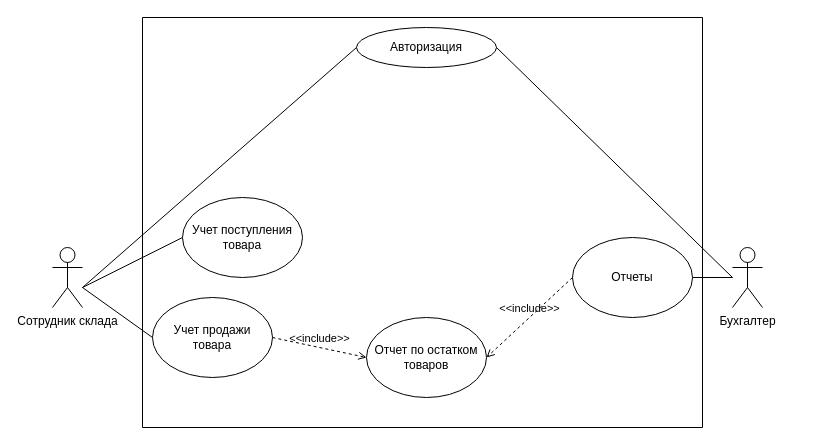
Above: КононовUSE_CASE.drawio in 714kononov/Exam (draw.io), before the change. Source tidied: cells renumbered, new cells numbered last; positions are measured from the earlier drawing's top-left corner, leaving out a move shared by most shapes. Both pictures are drawn from the tidied source at 100%, with x=0, y=0 at pixel (52, 17).
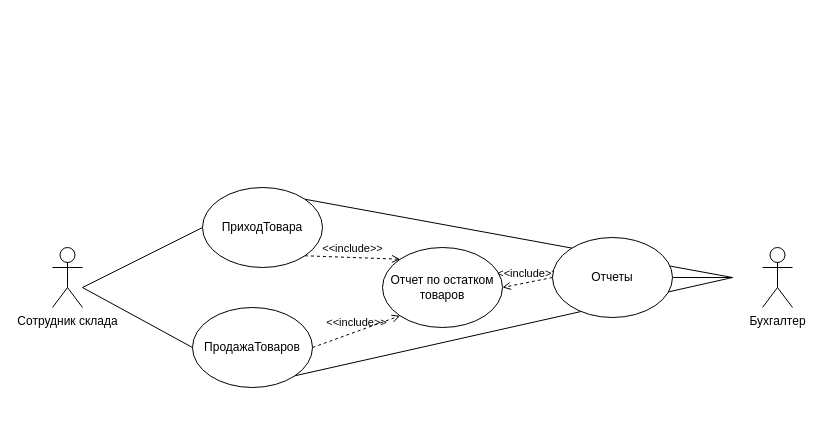
Above is the later version.

Commit message:
Готовая диаграмма

Diff of the diagram source:
```diff
@@
+    <mxCell id="17" style="endArrow=none;html=1;rounded=0;exitX=1;exitY=0;exitDx=0;exitDy=0;" parent="1" edge="1" source="18">
+      <mxGeometry relative="1" as="geometry">
+        <mxPoint x="680" y="260" as="targetPoint" />
+      </mxGeometry>
+    </mxCell>
@@
     <mxCell id="3" value="Бухгалтер" style="shape=umlActor;verticalLabelPosition=bottom;verticalAlign=top;html=1;" parent="1" vertex="1">
-      <mxGeometry x="680" y="230" width="30" height="60" as="geometry" />
+      <mxGeometry x="710" y="230" width="30" height="60" as="geometry" />
     </mxCell>
-    <mxCell id="4" value="Учет продажи товара" style="ellipse;whiteSpace=wrap;html=1;" parent="1" vertex="1">
-      <mxGeometry x="100" y="280" width="120" height="80" as="geometry" />
+    <mxCell id="4" value="ПродажаТоваров" style="ellipse;whiteSpace=wrap;html=1;" parent="1" vertex="1">
+      <mxGeometry x="140" y="290" width="120" height="80" as="geometry" />
     </mxCell>
-    <mxCell id="5" value="Авторизация" style="ellipse;whiteSpace=wrap;html=1;" parent="1" vertex="1">
-      <mxGeometry x="304" y="10" width="140" height="40" as="geometry" />
-    </mxCell>
-    <mxCell id="6" style="endArrow=none;html=1;rounded=0;entryX=0;entryY=0.5;entryDx=0;entryDy=0;" parent="1" edge="1" target="16">
+    <mxCell id="6" style="endArrow=none;html=1;rounded=0;entryX=0;entryY=0.5;entryDx=0;entryDy=0;" parent="1" edge="1">
       <mxGeometry relative="1" as="geometry">
         <mxPoint x="30" y="270" as="sourcePoint" />
+        <mxPoint x="150" y="210" as="targetPoint" />
       </mxGeometry>
     </mxCell>
@@
-    <mxCell id="8" value="Отчеты" style="ellipse;whiteSpace=wrap;html=1;" parent="1" vertex="1">
-      <mxGeometry x="520" y="220" width="120" height="80" as="geometry" />
-    </mxCell>
     <mxCell id="9" value="Отчет по остатком товаров" style="ellipse;whiteSpace=wrap;html=1;" parent="1" vertex="1">
-      <mxGeometry x="314" y="300" width="120" height="80" as="geometry" />
+      <mxGeometry x="330" y="230" width="120" height="80" as="geometry" />
     </mxCell>
@@
-    <mxCell id="12" value="&amp;lt;&amp;lt;include&amp;gt;&amp;gt;" style="html=1;verticalAlign=bottom;labelBackgroundColor=none;endArrow=open;endFill=0;dashed=1;rounded=0;entryX=0;entryY=0.5;entryDx=0;entryDy=0;exitX=1;exitY=0.5;exitDx=0;exitDy=0;" parent="1" edge="1" source="4" target="9">
+    <mxCell id="12" value="&amp;lt;&amp;lt;include&amp;gt;&amp;gt;" style="html=1;verticalAlign=bottom;labelBackgroundColor=none;endArrow=open;endFill=0;dashed=1;rounded=0;entryX=0;entryY=1;entryDx=0;entryDy=0;exitX=1;exitY=0.5;exitDx=0;exitDy=0;" parent="1" edge="1" source="4" target="9">
       <mxGeometry relative="1" as="geometry" />
     </mxCell>
-    <mxCell id="13" style="endArrow=none;html=1;rounded=0;entryX=0;entryY=0.5;entryDx=0;entryDy=0;" parent="1" edge="1" target="5">
-      <mxGeometry relative="1" as="geometry">
-        <mxPoint x="30" y="270" as="sourcePoint" />
-      </mxGeometry>
-    </mxCell>
-    <mxCell id="14" style="endArrow=none;html=1;rounded=0;entryX=1;entryY=0.5;entryDx=0;entryDy=0;" parent="1" edge="1" target="5">
-      <mxGeometry relative="1" as="geometry">
-        <mxPoint x="680" y="260" as="sourcePoint" />
-      </mxGeometry>
-    </mxCell>
-    <mxCell id="15" style="swimlane;startSize=0;" parent="1" vertex="1">
-      <mxGeometry x="90" width="560" height="410" as="geometry" />
-    </mxCell>
-    <mxCell id="16" value="Учет поступления товара" style="ellipse;whiteSpace=wrap;html=1;" parent="15" vertex="1">
-      <mxGeometry x="40" y="180" width="120" height="80" as="geometry" />
-    </mxCell>
+    <mxCell id="18" value="ПриходТовара" style="ellipse;whiteSpace=wrap;html=1;" parent="1" vertex="1">
+      <mxGeometry x="150" y="170" width="120" height="80" as="geometry" />
+    </mxCell>
+    <mxCell id="19" value="&amp;lt;&amp;lt;include&amp;gt;&amp;gt;" style="html=1;verticalAlign=bottom;labelBackgroundColor=none;endArrow=open;endFill=0;dashed=1;rounded=0;exitX=1;exitY=1;exitDx=0;exitDy=0;entryX=0;entryY=0;entryDx=0;entryDy=0;" parent="1" edge="1" source="18" target="9">
+      <mxGeometry relative="1" as="geometry" />
+    </mxCell>
+    <mxCell id="20" style="endArrow=none;html=1;rounded=0;exitX=1;exitY=1;exitDx=0;exitDy=0;" parent="1" edge="1" source="4">
+      <mxGeometry relative="1" as="geometry">
+        <mxPoint x="680" y="260" as="targetPoint" />
+      </mxGeometry>
+    </mxCell>
+    <mxCell id="8" value="Отчеты" style="ellipse;whiteSpace=wrap;html=1;" parent="1" vertex="1">
+      <mxGeometry x="500" y="220" width="120" height="80" as="geometry" />
+    </mxCell>
```
